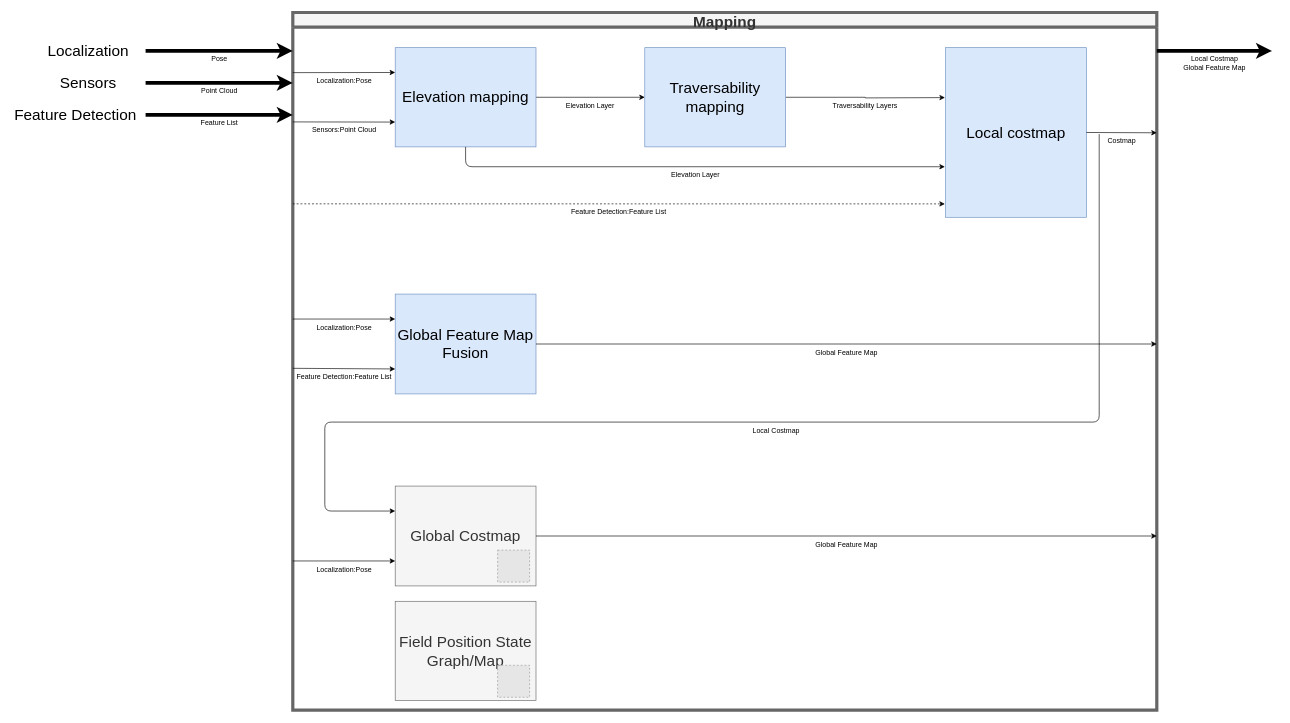
ipa-dmo/ipa_outdoor_docu keeps this draw.io diagram as page "#3 Mapping" (13 of 18) of OutdoorNavigationStructure.drawio. Above is the earlier version. Source tidied: cells renumbered, new cells numbered last; positions are measured from the earlier drawing's top-left corner, leaving out a move shared by most shapes. Both pictures are drawn from the tidied source at 64%, with x=0, y=0 at pixel (11, 12). Pictures stored in the file or linked from it are replaced by grey dashed boxes.
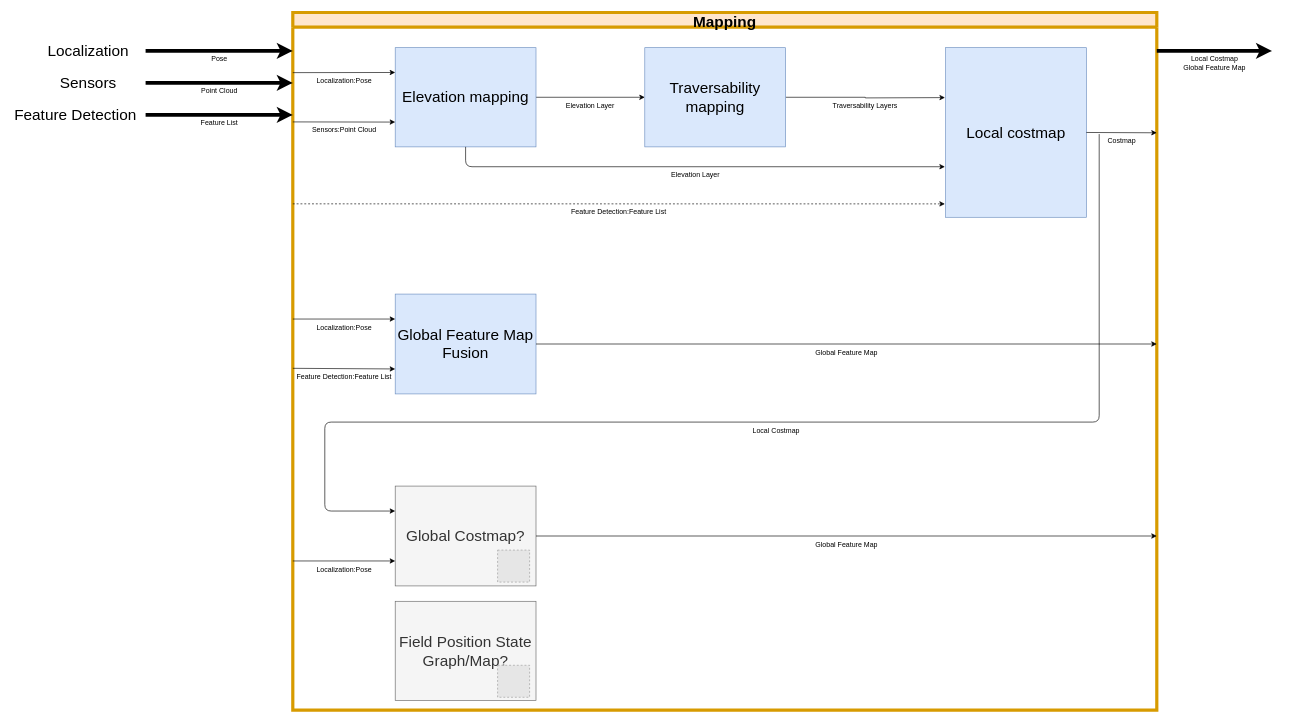
After the change.

What changed in the source:
```diff
@@
-    <mxCell id="2" value="Mapping" style="swimlane;fillColor=#f5f5f5;strokeColor=#666666;fontSize=24;strokeWidth=5;perimeterSpacing=4;fontColor=#333333;" parent="1" vertex="1">
+    <mxCell id="2" value="Mapping" style="swimlane;fillColor=#ffe6cc;strokeColor=#d79b00;fontSize=24;strokeWidth=5;perimeterSpacing=4;" parent="1" vertex="1">
       <mxGeometry x="440" width="1350" height="1090" as="geometry" />
     </mxCell>
@@
-    <mxCell id="15" value="&lt;font style=&quot;font-size: 24px&quot;&gt;Field Position State Graph/Map&lt;br&gt;&lt;/font&gt;" style="whiteSpace=wrap;html=1;fillColor=#f5f5f5;strokeColor=#666666;fontColor=#333333;" parent="2" vertex="1">
+    <mxCell id="15" value="&lt;font style=&quot;font-size: 24px&quot;&gt;Field Position State Graph/Map?&lt;br&gt;&lt;/font&gt;" style="whiteSpace=wrap;html=1;fillColor=#f5f5f5;strokeColor=#666666;fontColor=#333333;" parent="2" vertex="1">
       <mxGeometry x="160" y="920" width="220" height="155" as="geometry" />
     </mxCell>
@@
-    <mxCell id="18" value="&lt;font style=&quot;font-size: 24px&quot;&gt;Global Costmap&lt;br&gt;&lt;/font&gt;" style="whiteSpace=wrap;html=1;fillColor=#f5f5f5;strokeColor=#666666;fontColor=#333333;" parent="2" vertex="1">
+    <mxCell id="18" value="&lt;font style=&quot;font-size: 24px&quot;&gt;Global Costmap?&lt;br&gt;&lt;/font&gt;" style="whiteSpace=wrap;html=1;fillColor=#f5f5f5;strokeColor=#666666;fontColor=#333333;" parent="2" vertex="1">
       <mxGeometry x="160" y="740" width="220" height="156" as="geometry" />
     </mxCell>
```
